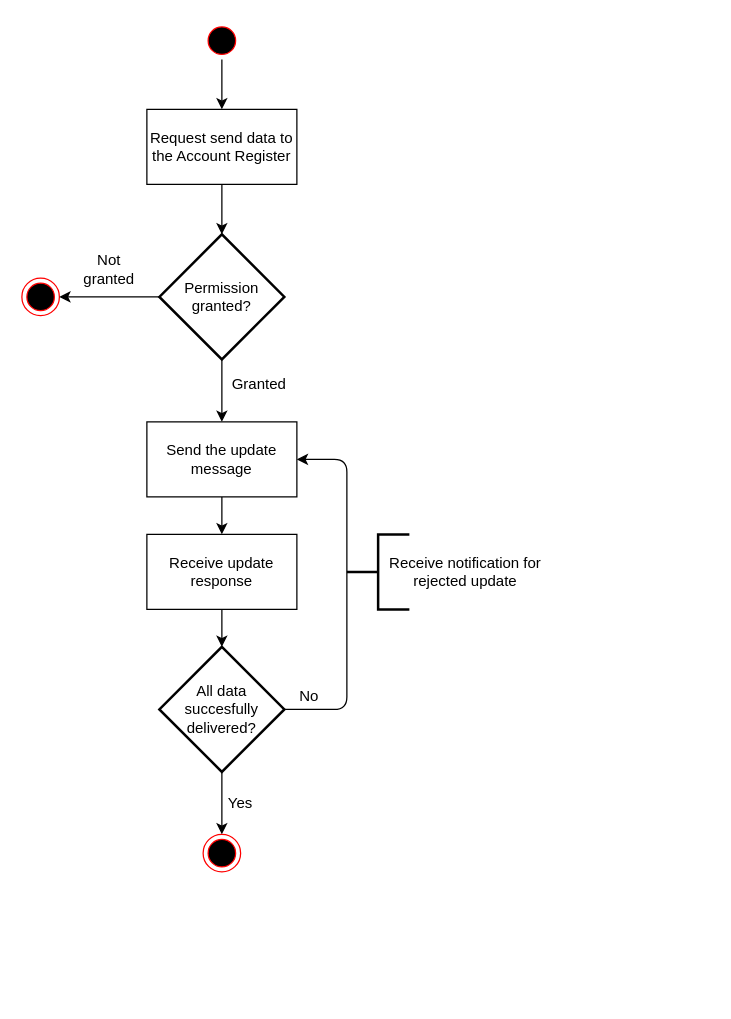
Before: diagrams/flowchart_update.drawio in FinnishCustoms-SuomenTulli/account-register-information-update, a draw.io diagram. Source tidied: cells renumbered, new cells numbered last; positions are measured from the earlier drawing's top-left corner, leaving out a move shared by most shapes. Both pictures are drawn from the tidied source at 125%, with x=0, y=0 at pixel (21, 21).
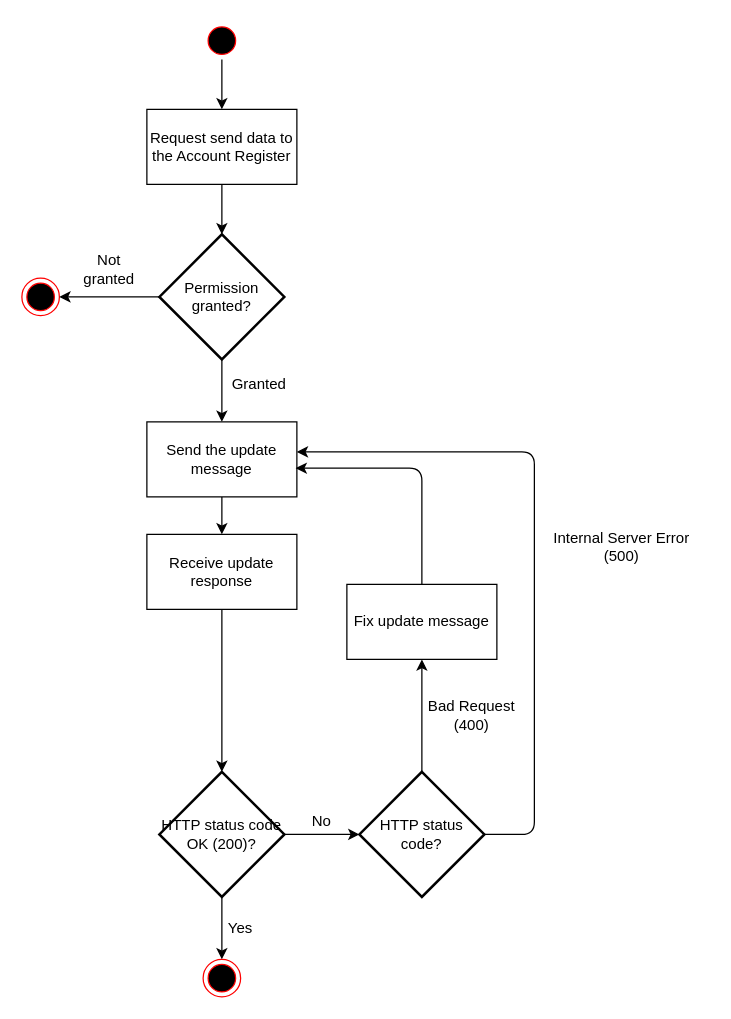
The same page after the edit.

Commit message (it also covers changes not shown here):
TR-304, Kuvan 2.1. termien kääntäminen englanniksi

The change refers to these unchanged cells:
```xml
<mxCell id="9" value="Send the update message" style="rounded=0;whiteSpace=wrap;html=1;" parent="1" vertex="1">
  <mxGeometry x="100" y="320" width="120" height="60" as="geometry" />
</mxCell>
```

Change to the diagram source:
```diff
@@
     <mxCell id="6" style="ellipse;html=1;shape=endState;fillColor=#000000;strokeColor=#ff0000;" parent="1" vertex="1">
-      <mxGeometry x="145" y="650" width="30" height="30" as="geometry" />
+      <mxGeometry x="145" y="750" width="30" height="30" as="geometry" />
     </mxCell>
@@
-    <mxCell id="10" value="All data succesfully delivered?" style="strokeWidth=2;html=1;shape=mxgraph.flowchart.decision;whiteSpace=wrap;verticalAlign=middle;" parent="1" vertex="1">
-      <mxGeometry x="110" y="500" width="100" height="100" as="geometry" />
+    <mxCell id="10" value="HTTP status code OK (200)?" style="strokeWidth=2;html=1;shape=mxgraph.flowchart.decision;whiteSpace=wrap;verticalAlign=middle;" parent="1" vertex="1">
+      <mxGeometry x="110" y="600" width="100" height="100" as="geometry" />
     </mxCell>
@@
-    <mxCell id="20" style="endArrow=classic;html=1;exitX=1;exitY=0.5;exitDx=0;exitDy=0;exitPerimeter=0;entryX=1;entryY=0.5;entryDx=0;entryDy=0;" parent="1" edge="1" source="10" target="9">
-      <mxGeometry relative="1" as="geometry">
-        <Array as="points">
-          <mxPoint x="260" y="550" />
-          <mxPoint x="260" y="500" />
-          <mxPoint x="260" y="350" />
-        </Array>
-      </mxGeometry>
-    </mxCell>
     <mxCell id="21" value="No" style="text;html=1;strokeColor=none;fillColor=none;align=center;verticalAlign=middle;whiteSpace=wrap;rounded=0;" parent="1" vertex="1">
-      <mxGeometry x="210" y="530" width="40" height="20" as="geometry" />
+      <mxGeometry x="220" y="630" width="40" height="20" as="geometry" />
     </mxCell>
     <mxCell id="22" value="Yes" style="text;html=1;strokeColor=none;fillColor=none;align=center;verticalAlign=middle;whiteSpace=wrap;rounded=0;" parent="1" vertex="1">
-      <mxGeometry x="155" y="615" width="40" height="20" as="geometry" />
+      <mxGeometry x="155" y="715" width="40" height="20" as="geometry" />
     </mxCell>
-    <mxCell id="23" style="group;" parent="1" vertex="1">
-      <mxGeometry x="260" y="410" width="160" height="60" as="geometry" />
-    </mxCell>
-    <mxCell id="24" value="Receive notification for rejected update" style="text;html=1;strokeColor=none;fillColor=none;align=center;verticalAlign=middle;whiteSpace=wrap;rounded=0;" parent="23" vertex="1">
-      <mxGeometry x="30" y="20" width="130" height="20" as="geometry" />
-    </mxCell>
-    <mxCell id="25" style="strokeWidth=2;html=1;shape=mxgraph.flowchart.annotation_2;align=left;labelPosition=right;" parent="23" vertex="1">
-      <mxGeometry width="50" height="60" as="geometry" />
-    </mxCell>
+    <mxCell id="26" value="HTTP status code?" style="strokeWidth=2;html=1;shape=mxgraph.flowchart.decision;whiteSpace=wrap;" parent="1" vertex="1">
+      <mxGeometry x="270" y="600" width="100" height="100" as="geometry" />
+    </mxCell>
+    <mxCell id="27" style="endArrow=classic;html=1;exitX=1;exitY=0.5;exitDx=0;exitDy=0;exitPerimeter=0;entryX=0;entryY=0.5;entryDx=0;entryDy=0;entryPerimeter=0;" parent="1" edge="1" source="10" target="26">
+      <mxGeometry relative="1" as="geometry" />
+    </mxCell>
+    <mxCell id="28" value="Fix update message" style="rounded=0;whiteSpace=wrap;html=1;" parent="1" vertex="1">
+      <mxGeometry x="260" y="450" width="120" height="60" as="geometry" />
+    </mxCell>
+    <mxCell id="29" style="endArrow=classic;html=1;entryX=0.5;entryY=1;entryDx=0;entryDy=0;exitX=0.5;exitY=0;exitDx=0;exitDy=0;exitPerimeter=0;" parent="1" edge="1" source="26" target="28">
+      <mxGeometry relative="1" as="geometry" />
+    </mxCell>
+    <mxCell id="30" style="endArrow=classic;html=1;entryX=0.992;entryY=0.617;entryDx=0;entryDy=0;entryPerimeter=0;" parent="1" edge="1" source="28" target="9">
+      <mxGeometry relative="1" as="geometry">
+        <Array as="points">
+          <mxPoint x="320" y="357" />
+        </Array>
+      </mxGeometry>
+    </mxCell>
+    <mxCell id="31" value="Bad Request (400)" style="text;html=1;strokeColor=none;fillColor=none;align=center;verticalAlign=middle;whiteSpace=wrap;rounded=0;" parent="1" vertex="1">
+      <mxGeometry x="320" y="545" width="80" height="20" as="geometry" />
+    </mxCell>
+    <mxCell id="32" style="endArrow=classic;html=1;entryX=1;entryY=0.4;entryDx=0;entryDy=0;entryPerimeter=0;" parent="1" edge="1" target="9">
+      <mxGeometry relative="1" as="geometry">
+        <mxPoint x="370" y="650" as="sourcePoint" />
+        <Array as="points">
+          <mxPoint x="410" y="650" />
+          <mxPoint x="410" y="344" />
+        </Array>
+      </mxGeometry>
+    </mxCell>
+    <mxCell id="33" value="Internal Server Error (500)" style="text;html=1;strokeColor=none;fillColor=none;align=center;verticalAlign=middle;whiteSpace=wrap;rounded=0;" parent="1" vertex="1">
+      <mxGeometry x="410" y="410" width="140" height="20" as="geometry" />
+    </mxCell>
```
